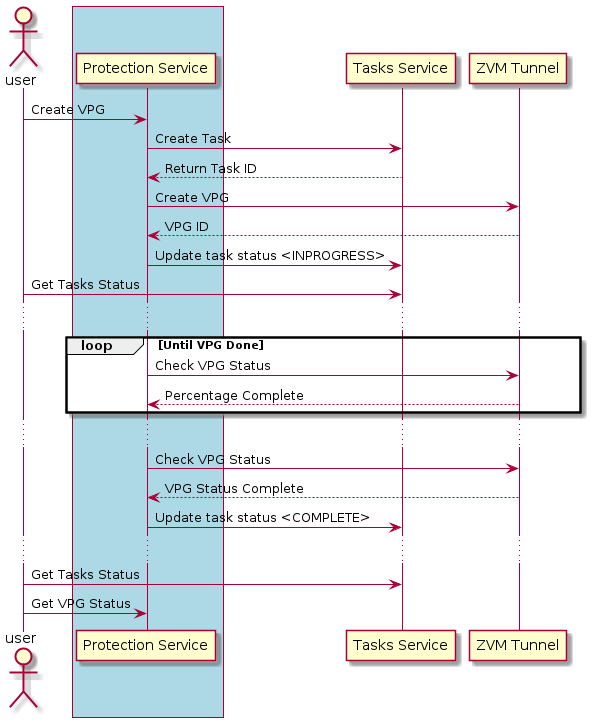
The PlantUML diagram overview/workshop.png in ytaragin/eko-wkshp, before a commit. The source it was exported from:
```plantuml
@startuml "Workshop"
actor user

box #LightBlue
participant "Protection Service" as svc
end box
participant "Tasks Service" as tasks
participant "ZVM Tunnel" as zvm

user->svc: Create VPG
svc->tasks: Create Task
tasks-->svc: Return Task ID
svc->zvm: Create VPG
zvm-->svc: VPG ID
svc->tasks: Update task status <INPROGRESS>
user->tasks: Get Tasks Status
...
loop Until VPG Done
svc->zvm: Check VPG Status
zvm-->svc: Percentage Complete
end
...
svc->zvm: Check VPG Status
zvm-->svc: VPG Status Complete
svc->tasks: Update task status <COMPLETE>
...
user->tasks: Get Tasks Status
user->svc: Get VPG Status







@enduml
```
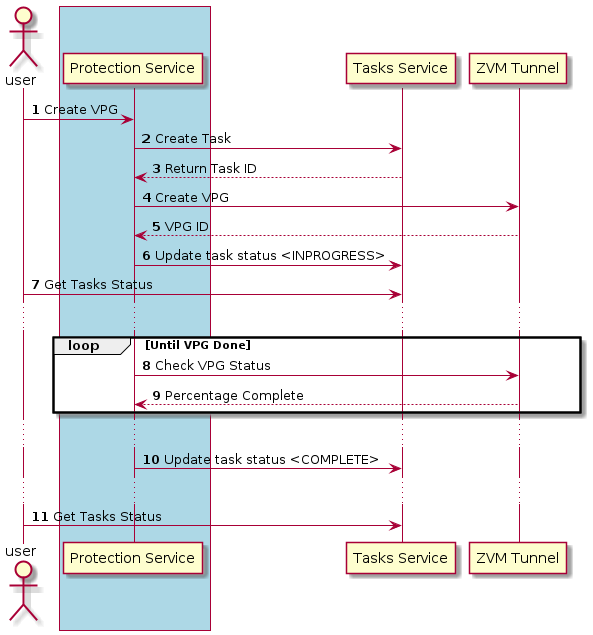
Above is the later version.

Commit message:
Finalized swagger

Change to the diagram source:
```diff
@@ -1,4 +1,6 @@
 @startuml "Workshop"
+autonumber
+
 actor user
 
 box #LightBlue
@@ -20,12 +22,10 @@
 zvm-->svc: Percentage Complete
 end
 ...
-svc->zvm: Check VPG Status
-zvm-->svc: VPG Status Complete
+
 svc->tasks: Update task status <COMPLETE>
 ...
 user->tasks: Get Tasks Status
-user->svc: Get VPG Status
 
 
 
```
